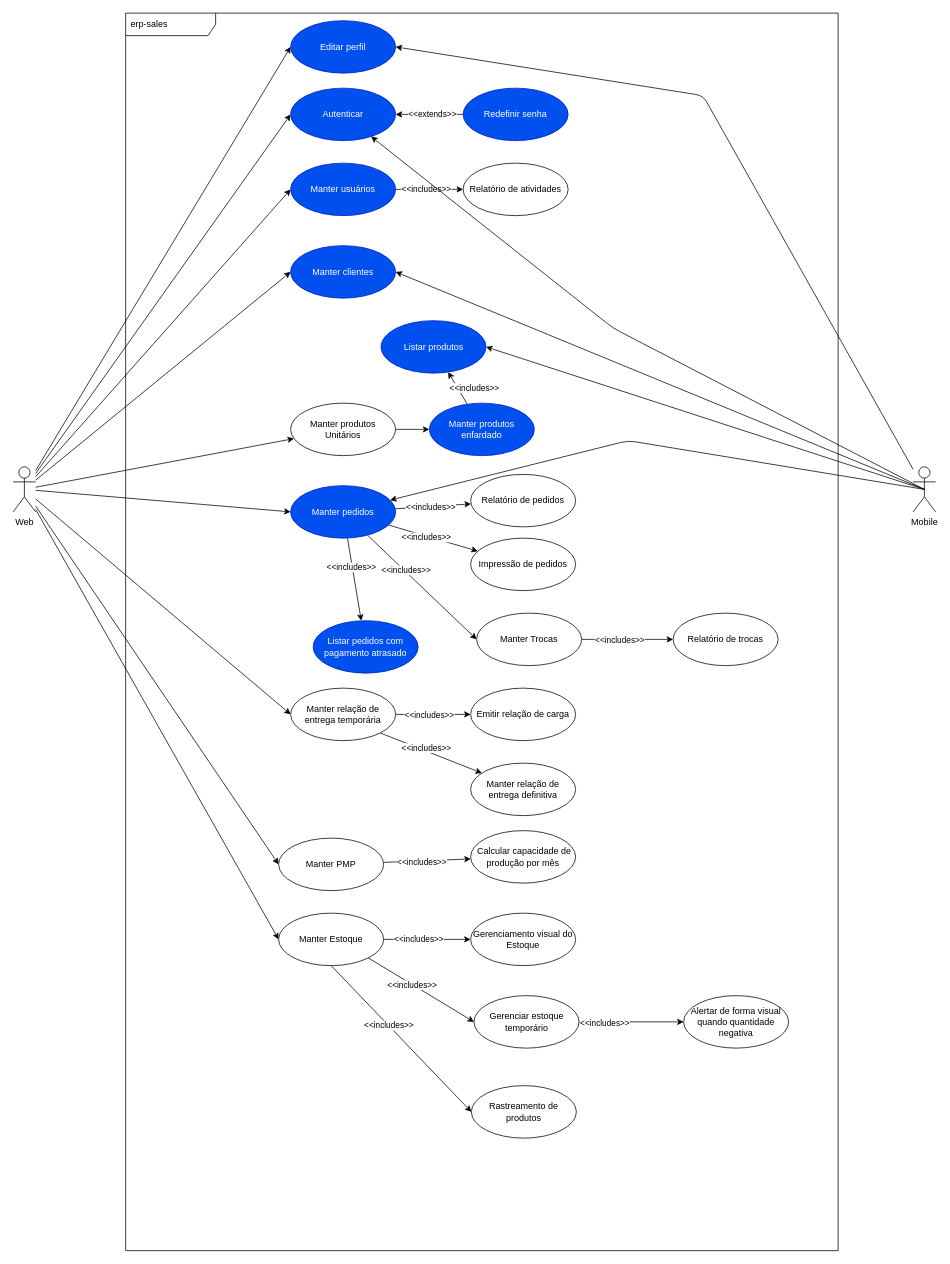
Above: documentation/usecase-diagram.drawio in gabrielmrenno/erp_sales (draw.io), before the change. Source tidied: cells renumbered, new cells numbered last; positions are measured from the earlier drawing's top-left corner, leaving out a move shared by most shapes. Both pictures are drawn from the tidied source at 75%, with x=0, y=0 at pixel (13, 13).
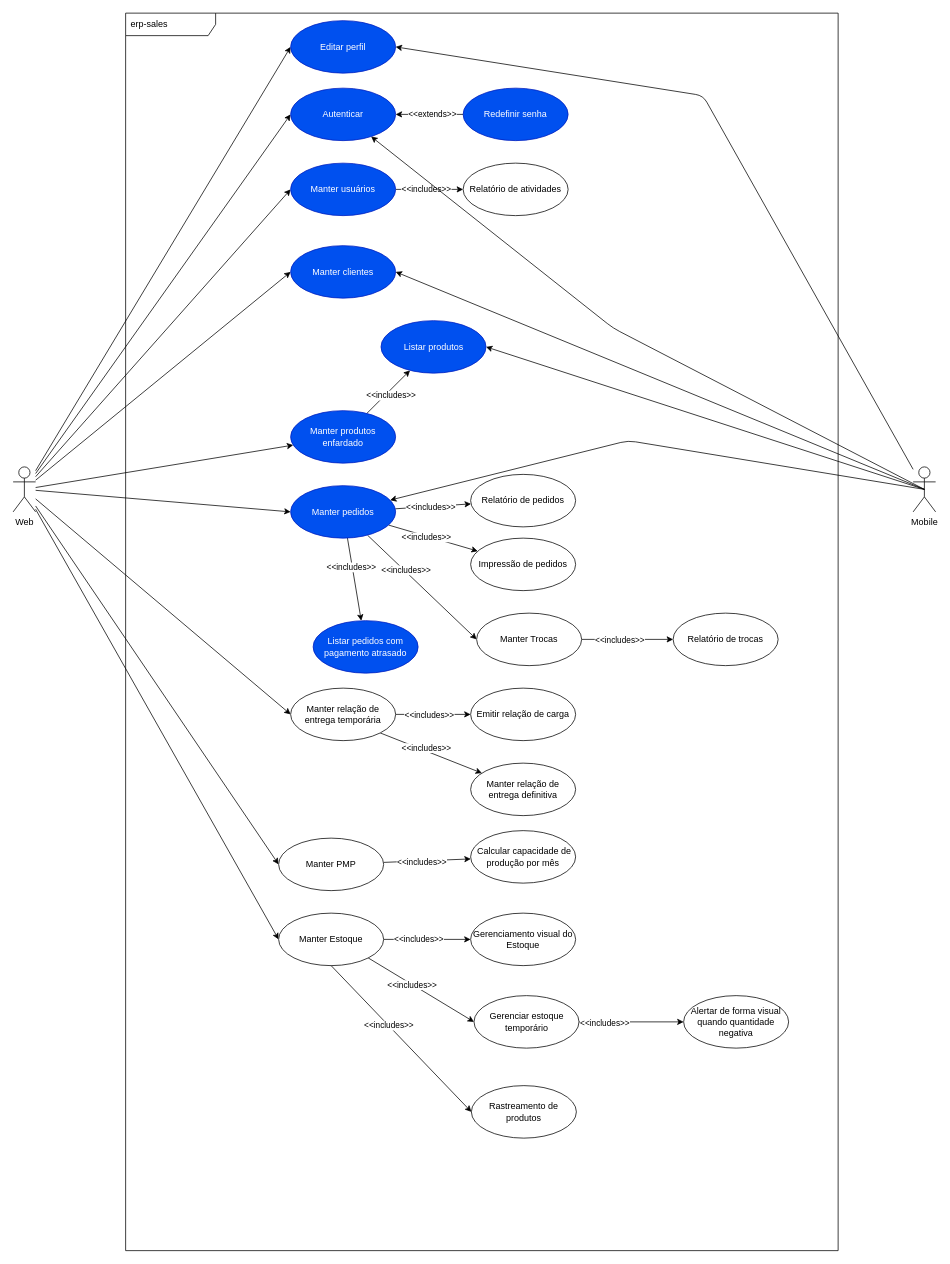
The same page after the edit.

Unchanged cells that the change refers to:
```xml
<mxCell id="12" value="Web" style="shape=umlActor;verticalLabelPosition=bottom;verticalAlign=top;html=1;" parent="1" vertex="1">
  <mxGeometry y="605" width="30" height="60" as="geometry" />
</mxCell>
```

Diff of the diagram source:
```diff
@@
-    <mxCell id="5" style="edgeStyle=none;html=1;" parent="1" edge="1" source="12" target="21">
+    <mxCell id="5" style="edgeStyle=none;html=1;" parent="1" edge="1" source="12" target="77">
       <mxGeometry relative="1" as="geometry" />
     </mxCell>
@@
-    <mxCell id="20" style="edgeStyle=none;html=1;" parent="1" edge="1" source="21" target="77">
-      <mxGeometry relative="1" as="geometry" />
-    </mxCell>
-    <mxCell id="21" value="Manter produtos Unitários" style="ellipse;whiteSpace=wrap;html=1;" parent="1" vertex="1">
-      <mxGeometry x="370" y="520" width="140" height="70" as="geometry" />
-    </mxCell>
@@
     <mxCell id="77" value="Manter produtos enfardado" style="ellipse;whiteSpace=wrap;html=1;fillColor=#0050ef;fontColor=#ffffff;strokeColor=#001DBC;" parent="1" vertex="1">
-      <mxGeometry x="555" y="520" width="140" height="70" as="geometry" />
+      <mxGeometry x="370" y="530" width="140" height="70" as="geometry" />
     </mxCell>
```
